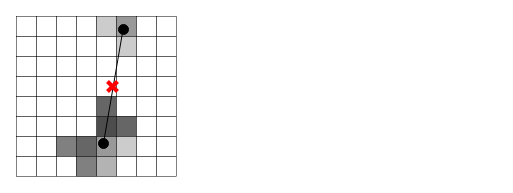
Before: img/signal-clustering.drawio in sensfloor/sensfloor-paper, a draw.io diagram. Source tidied: cells renumbered, new cells numbered last; positions are measured from the earlier drawing's top-left corner, leaving out a move shared by most shapes. Both pictures are drawn from the tidied source at 100%, with x=0, y=0 at pixel (16, 16).
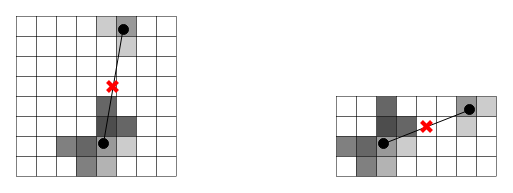
After the change.

Commit message (it also covers changes not shown here):
Makes global position calculation diagram horizontal

Diff of the diagram source:
```diff
@@
+    <mxCell id="72" style="rounded=0;whiteSpace=wrap;html=1;fillColor=#CCCCCC;strokeWidth=0.5;" parent="1" vertex="1">
+      <mxGeometry x="460" y="80" width="20" height="20" as="geometry" />
+    </mxCell>
+    <mxCell id="73" style="rounded=0;whiteSpace=wrap;html=1;fillColor=#999999;strokeWidth=0.5;" parent="1" vertex="1">
+      <mxGeometry x="440" y="80" width="20" height="20" as="geometry" />
+    </mxCell>
+    <mxCell id="74" style="rounded=0;whiteSpace=wrap;html=1;strokeWidth=0.5;" parent="1" vertex="1">
+      <mxGeometry x="460" y="100" width="20" height="20" as="geometry" />
+    </mxCell>
+    <mxCell id="75" style="rounded=0;whiteSpace=wrap;html=1;fillColor=#CCCCCC;strokeWidth=0.5;" parent="1" vertex="1">
+      <mxGeometry x="440" y="100" width="20" height="20" as="geometry" />
+    </mxCell>
+    <mxCell id="76" style="rounded=0;whiteSpace=wrap;html=1;strokeWidth=0.5;" parent="1" vertex="1">
+      <mxGeometry x="440" y="120" width="20" height="20" as="geometry" />
+    </mxCell>
+    <mxCell id="77" style="rounded=0;whiteSpace=wrap;html=1;strokeWidth=0.5;" parent="1" vertex="1">
+      <mxGeometry x="460" y="120" width="20" height="20" as="geometry" />
+    </mxCell>
+    <mxCell id="78" style="rounded=0;whiteSpace=wrap;html=1;strokeWidth=0.5;" parent="1" vertex="1">
+      <mxGeometry x="440" y="140" width="20" height="20" as="geometry" />
+    </mxCell>
+    <mxCell id="79" style="rounded=0;whiteSpace=wrap;html=1;strokeWidth=0.5;" parent="1" vertex="1">
+      <mxGeometry x="460" y="140" width="20" height="20" as="geometry" />
+    </mxCell>
+    <mxCell id="80" style="rounded=0;whiteSpace=wrap;html=1;fillColor=#666666;strokeWidth=0.5;" parent="1" vertex="1">
+      <mxGeometry x="360" y="80" width="20" height="20" as="geometry" />
+    </mxCell>
+    <mxCell id="81" style="rounded=0;whiteSpace=wrap;html=1;strokeWidth=0.5;" parent="1" vertex="1">
+      <mxGeometry x="380" y="80" width="20" height="20" as="geometry" />
+    </mxCell>
+    <mxCell id="82" style="rounded=0;whiteSpace=wrap;html=1;fillColor=#4D4D4D;strokeWidth=0.5;" parent="1" vertex="1">
+      <mxGeometry x="360" y="100" width="20" height="20" as="geometry" />
+    </mxCell>
+    <mxCell id="83" style="rounded=0;whiteSpace=wrap;html=1;fillColor=#666666;strokeWidth=0.5;" parent="1" vertex="1">
+      <mxGeometry x="380" y="100" width="20" height="20" as="geometry" />
+    </mxCell>
+    <mxCell id="84" style="rounded=0;whiteSpace=wrap;html=1;fillColor=#999999;strokeWidth=0.5;" parent="1" vertex="1">
+      <mxGeometry x="360" y="120" width="20" height="20" as="geometry" />
+    </mxCell>
+    <mxCell id="85" style="rounded=0;whiteSpace=wrap;html=1;fillColor=#CCCCCC;strokeWidth=0.5;" parent="1" vertex="1">
+      <mxGeometry x="380" y="120" width="20" height="20" as="geometry" />
+    </mxCell>
+    <mxCell id="86" style="rounded=0;whiteSpace=wrap;html=1;fillColor=#B3B3B3;strokeWidth=0.5;" parent="1" vertex="1">
+      <mxGeometry x="360" y="140" width="20" height="20" as="geometry" />
+    </mxCell>
+    <mxCell id="87" style="rounded=0;whiteSpace=wrap;html=1;strokeWidth=0.5;" parent="1" vertex="1">
+      <mxGeometry x="380" y="140" width="20" height="20" as="geometry" />
+    </mxCell>
+    <mxCell id="88" style="rounded=0;whiteSpace=wrap;html=1;strokeWidth=0.5;" parent="1" vertex="1">
+      <mxGeometry x="400" y="80" width="20" height="20" as="geometry" />
+    </mxCell>
+    <mxCell id="89" style="rounded=0;whiteSpace=wrap;html=1;strokeWidth=0.5;" parent="1" vertex="1">
+      <mxGeometry x="420" y="80" width="20" height="20" as="geometry" />
+    </mxCell>
+    <mxCell id="90" style="rounded=0;whiteSpace=wrap;html=1;strokeWidth=0.5;" parent="1" vertex="1">
+      <mxGeometry x="400" y="100" width="20" height="20" as="geometry" />
+    </mxCell>
+    <mxCell id="91" style="rounded=0;whiteSpace=wrap;html=1;strokeWidth=0.5;" parent="1" vertex="1">
+      <mxGeometry x="420" y="100" width="20" height="20" as="geometry" />
+    </mxCell>
+    <mxCell id="92" style="rounded=0;whiteSpace=wrap;html=1;strokeWidth=0.5;" parent="1" vertex="1">
+      <mxGeometry x="400" y="120" width="20" height="20" as="geometry" />
+    </mxCell>
+    <mxCell id="93" style="rounded=0;whiteSpace=wrap;html=1;strokeWidth=0.5;" parent="1" vertex="1">
+      <mxGeometry x="420" y="120" width="20" height="20" as="geometry" />
+    </mxCell>
+    <mxCell id="94" style="rounded=0;whiteSpace=wrap;html=1;strokeWidth=0.5;" parent="1" vertex="1">
+      <mxGeometry x="400" y="140" width="20" height="20" as="geometry" />
+    </mxCell>
+    <mxCell id="95" style="rounded=0;whiteSpace=wrap;html=1;strokeWidth=0.5;" parent="1" vertex="1">
+      <mxGeometry x="420" y="140" width="20" height="20" as="geometry" />
+    </mxCell>
+    <mxCell id="96" style="rounded=0;whiteSpace=wrap;html=1;strokeWidth=0.5;" parent="1" vertex="1">
+      <mxGeometry x="320" y="80" width="20" height="20" as="geometry" />
+    </mxCell>
+    <mxCell id="97" style="rounded=0;whiteSpace=wrap;html=1;strokeWidth=0.5;" parent="1" vertex="1">
+      <mxGeometry x="340" y="80" width="20" height="20" as="geometry" />
+    </mxCell>
+    <mxCell id="98" style="rounded=0;whiteSpace=wrap;html=1;strokeWidth=0.5;" parent="1" vertex="1">
+      <mxGeometry x="320" y="100" width="20" height="20" as="geometry" />
+    </mxCell>
+    <mxCell id="99" style="rounded=0;whiteSpace=wrap;html=1;strokeWidth=0.5;" parent="1" vertex="1">
+      <mxGeometry x="340" y="100" width="20" height="20" as="geometry" />
+    </mxCell>
+    <mxCell id="100" style="rounded=0;whiteSpace=wrap;html=1;fillColor=#808080;strokeWidth=0.5;" parent="1" vertex="1">
+      <mxGeometry x="320" y="120" width="20" height="20" as="geometry" />
+    </mxCell>
+    <mxCell id="101" style="rounded=0;whiteSpace=wrap;html=1;fillColor=#666666;strokeWidth=0.5;" parent="1" vertex="1">
+      <mxGeometry x="340" y="120" width="20" height="20" as="geometry" />
+    </mxCell>
+    <mxCell id="102" style="rounded=0;whiteSpace=wrap;html=1;strokeWidth=0.5;" parent="1" vertex="1">
+      <mxGeometry x="320" y="140" width="20" height="20" as="geometry" />
+    </mxCell>
+    <mxCell id="103" style="rounded=0;whiteSpace=wrap;html=1;fillColor=#808080;strokeWidth=0.5;" parent="1" vertex="1">
+      <mxGeometry x="340" y="140" width="20" height="20" as="geometry" />
+    </mxCell>
+    <mxCell id="104" style="ellipse;whiteSpace=wrap;html=1;fillColor=#000000;" parent="1" vertex="1">
+      <mxGeometry x="448" y="88" width="10" height="10" as="geometry" />
+    </mxCell>
+    <mxCell id="105" style="ellipse;whiteSpace=wrap;html=1;fillColor=#000000;" parent="1" vertex="1">
+      <mxGeometry x="362" y="122" width="10" height="10" as="geometry" />
+    </mxCell>
+    <mxCell id="106" style="endArrow=none;html=1;rounded=0;exitX=0.906;exitY=0.369;exitDx=0;exitDy=0;entryX=0.096;entryY=0.708;entryDx=0;entryDy=0;entryPerimeter=0;exitPerimeter=0;" parent="1" edge="1" source="105" target="104">
+      <mxGeometry relative="1" as="geometry" />
+    </mxCell>
+    <mxCell id="107" style="group;" parent="1" vertex="1">
+      <mxGeometry x="405" y="105" width="10" height="10" as="geometry" />
+    </mxCell>
+    <mxCell id="108" style="endArrow=none;html=1;rounded=0;strokeWidth=4;strokeColor=#FF0000;" parent="107" edge="1">
+      <mxGeometry relative="1" as="geometry">
+        <mxPoint y="10" as="sourcePoint" />
+        <mxPoint x="10" as="targetPoint" />
+      </mxGeometry>
+    </mxCell>
+    <mxCell id="109" style="endArrow=none;html=1;rounded=0;strokeWidth=4;strokeColor=#FF0000;" parent="107" edge="1">
+      <mxGeometry relative="1" as="geometry">
+        <mxPoint x="10" y="10" as="sourcePoint" />
+        <mxPoint as="targetPoint" />
+      </mxGeometry>
+    </mxCell>
```
